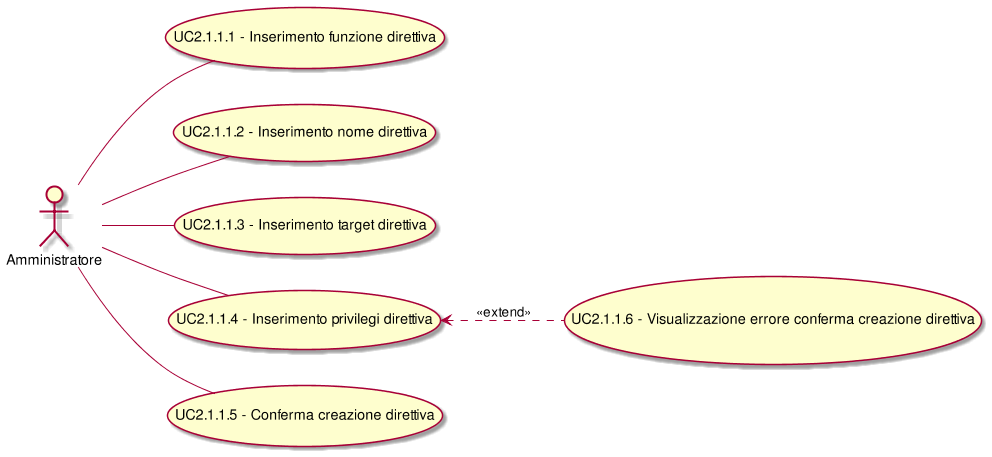
Earlier version of the PlantUML export RR/Esterni/AnalisiDeiRequisiti/images/UseCaseUC211.png (CoCodeSWE/Docs).
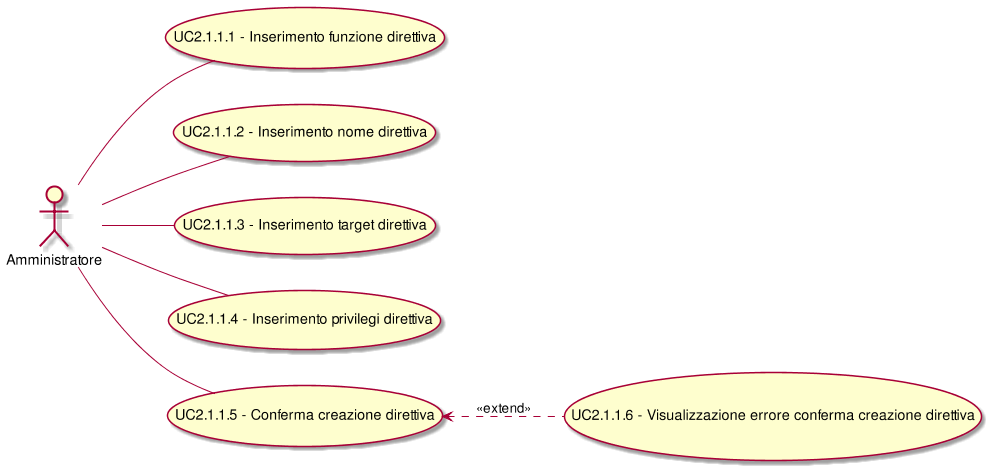
After the change.

What changed in the source:
```diff
@@ -1,7 +1,7 @@
 @startuml
 scale 1000*1000
 left to right direction
-(UC2.1.1.4) <.. (UC2.1.1.6): <<extend>>
+(UC2.1.1.5) <.. (UC2.1.1.6): <<extend>>
 ( UC2.1.1.1 - Inserimento funzione direttiva ) as (UC2.1.1.1)
 :Amministratore:--(UC2.1.1.1)
 ( UC2.1.1.2 - Inserimento nome direttiva ) as (UC2.1.1.2)
```
